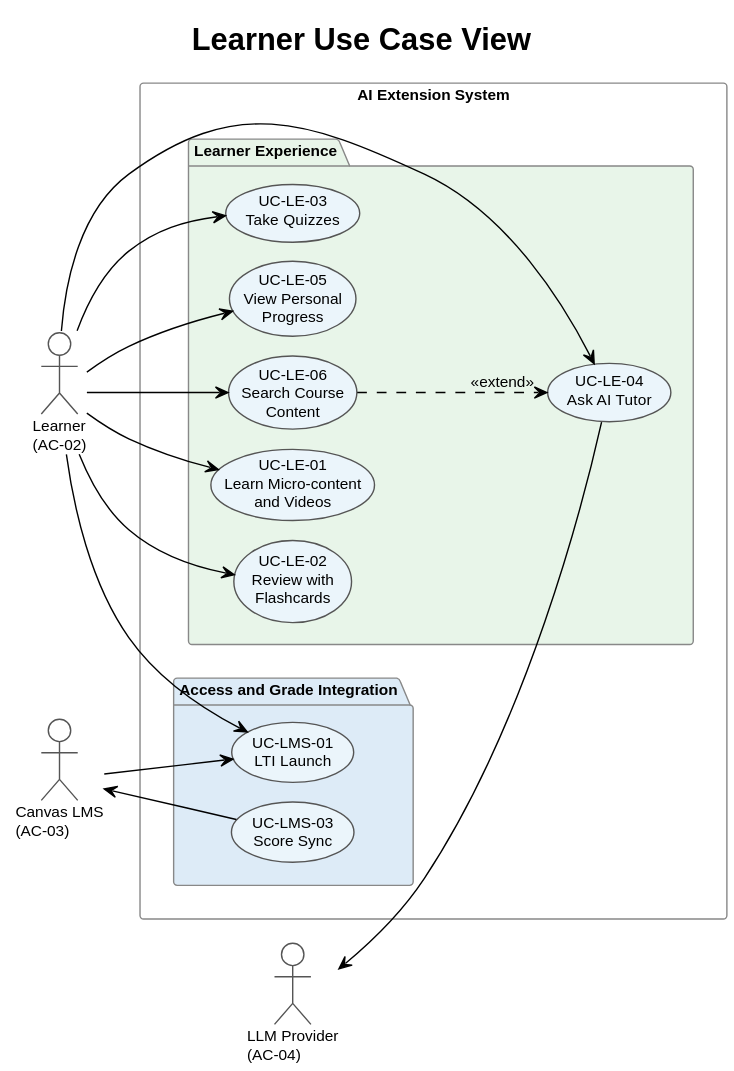
The PlantUML diagram lvtn_en/diagrams/usecase_learner.svg in 252-DA/report, before a commit.
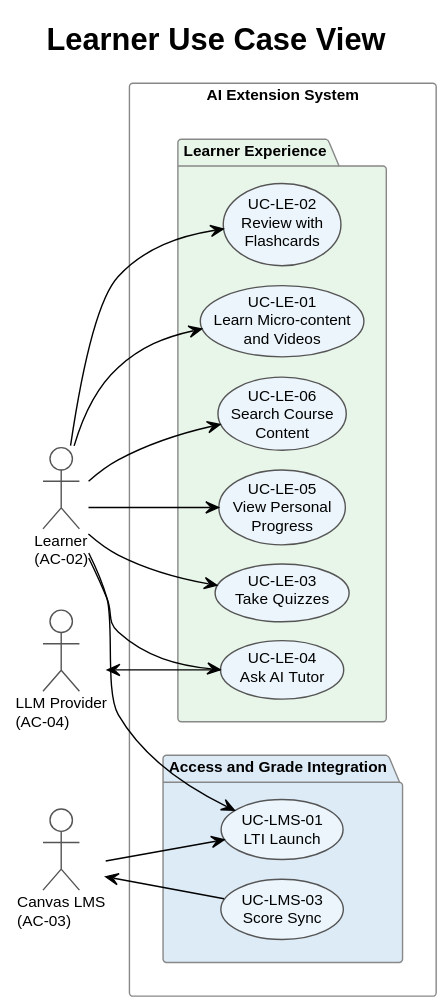
After the commit.

Change to the diagram source:
```diff
@@ -46,6 +46,4 @@
 Canvas --> UC_Launch
 Canvas <-- UC_AGS
 LLM <-- UC_Chat
-
-UC_Search ..> UC_Chat : <<extend>>
 @enduml
```
